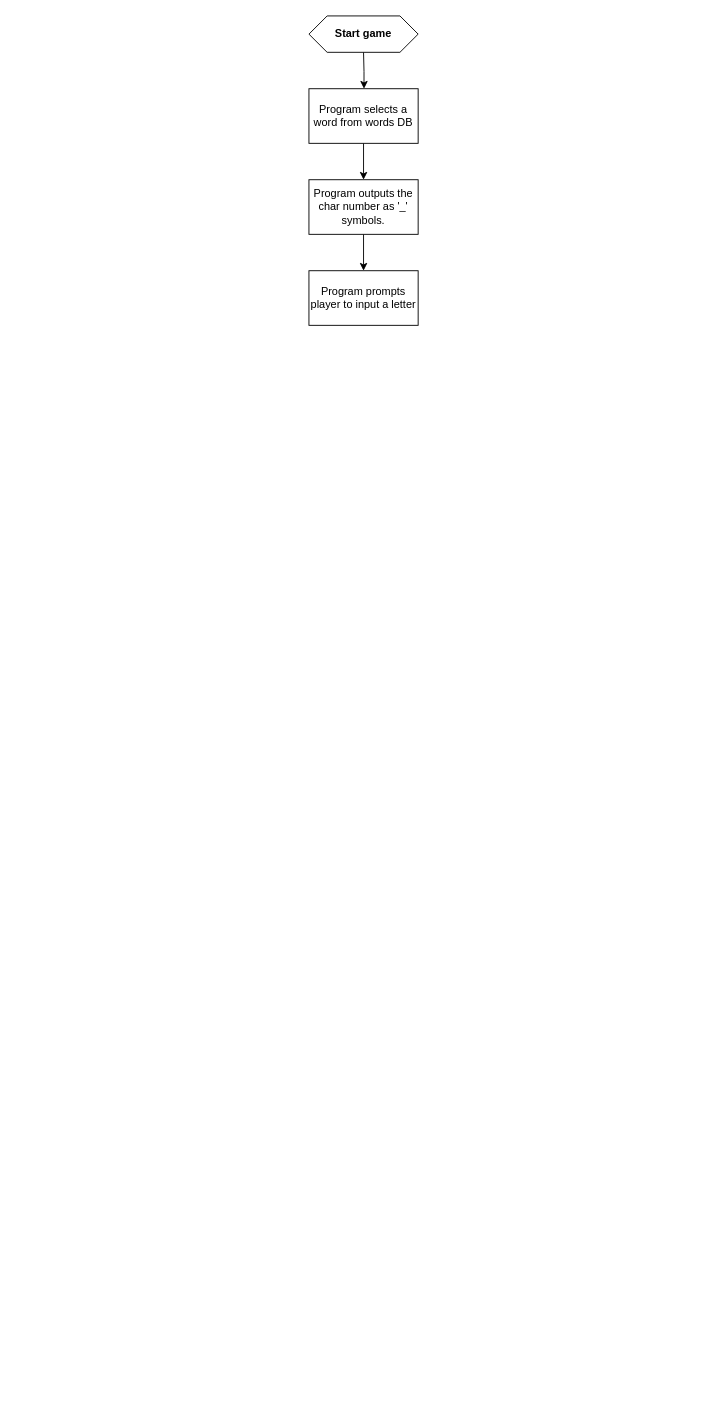
Earlier version of the draw.io diagram hangman.drawio (rob-21/python-exercises). Source tidied: cells renumbered, new cells numbered last; positions are measured from the earlier drawing's top-left corner, leaving out a move shared by most shapes. Both pictures are drawn from the tidied source at 91%, with x=0, y=0 at pixel (308, 15).
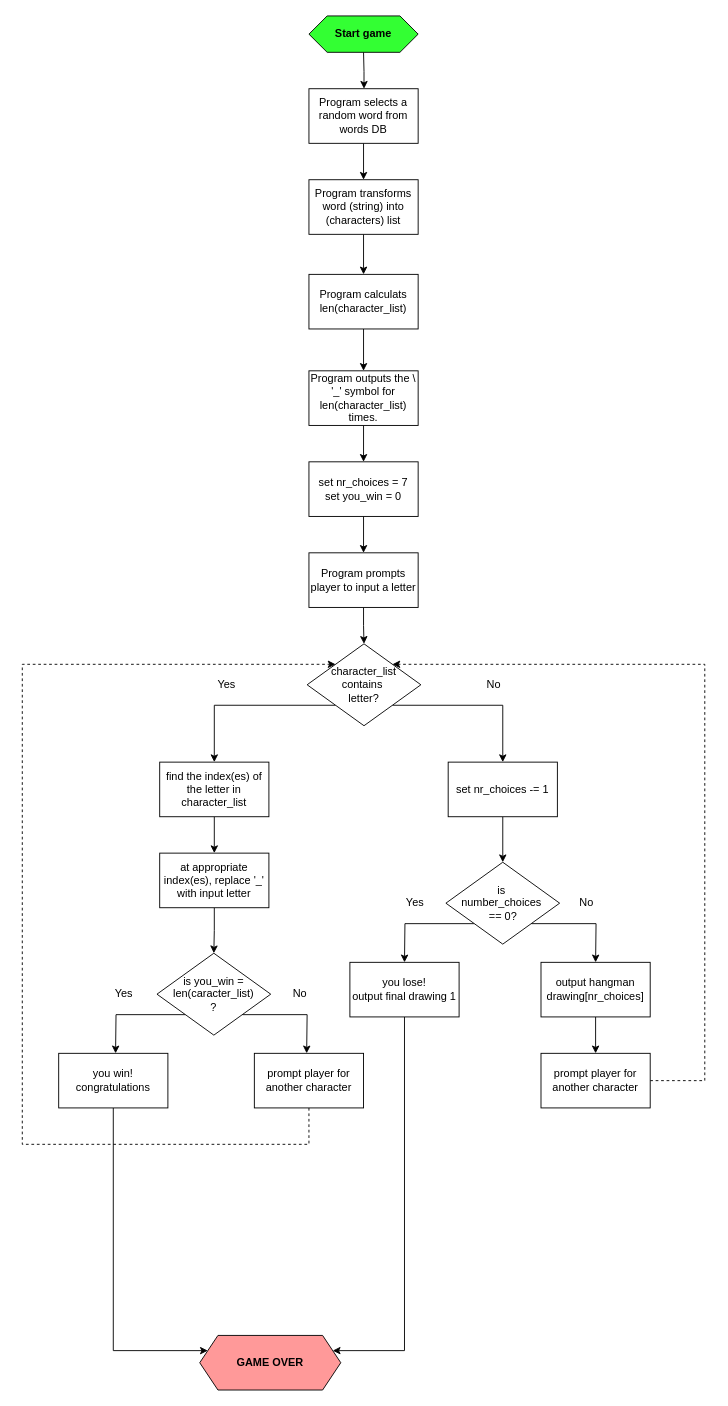
The same diagram, later.

Change to the diagram source:
```diff
@@
-    <mxCell id="3" value="&lt;b&gt;Start game&lt;br&gt;&lt;/b&gt;" style="shape=hexagon;perimeter=hexagonPerimeter2;whiteSpace=wrap;html=1;fixedSize=1;" parent="1" vertex="1">
+    <mxCell id="3" value="&lt;b&gt;Start game&lt;br&gt;&lt;/b&gt;" style="shape=hexagon;perimeter=hexagonPerimeter2;whiteSpace=wrap;html=1;fixedSize=1;fillColor=#33FF33;" parent="1" vertex="1">
       <mxGeometry width="120" height="40" as="geometry" />
     </mxCell>
-    <mxCell id="4" style="edgeStyle=orthogonalEdgeStyle;rounded=0;jettySize=auto;html=1;" parent="1" edge="1" source="5" target="7">
-      <mxGeometry relative="1" as="geometry" />
-    </mxCell>
+    <mxCell id="9" style="edgeStyle=orthogonalEdgeStyle;rounded=0;jettySize=auto;html=1;entryX=0.5;entryY=0;entryDx=0;entryDy=0;" parent="1" edge="1" source="5" target="20">
+      <mxGeometry relative="1" as="geometry" />
+    </mxCell>
-    <mxCell id="5" value="Program selects a word from words DB" style="rounded=0;whiteSpace=wrap;html=1;" parent="1" vertex="1">
+    <mxCell id="5" value="Program selects a random word from words DB" style="rounded=0;whiteSpace=wrap;html=1;" parent="1" vertex="1">
       <mxGeometry y="80" width="120" height="60" as="geometry" />
     </mxCell>
-    <mxCell id="6" style="edgeStyle=orthogonalEdgeStyle;rounded=0;jettySize=auto;html=1;" parent="1" edge="1" source="7" target="8">
-      <mxGeometry relative="1" as="geometry" />
-    </mxCell>
+    <mxCell id="10" style="edgeStyle=orthogonalEdgeStyle;rounded=0;jettySize=auto;html=1;entryX=0.5;entryY=0;entryDx=0;entryDy=0;" parent="1" edge="1" source="7" target="28">
+      <mxGeometry relative="1" as="geometry" />
+    </mxCell>
-    <mxCell id="7" value="&lt;div&gt;Program outputs the char number as '_' symbols.&lt;/div&gt;" style="rounded=0;whiteSpace=wrap;html=1;" parent="1" vertex="1">
-      <mxGeometry y="180" width="120" height="60" as="geometry" />
+    <mxCell id="7" value="&lt;div&gt;Program outputs the \ '_' symbol for len(character_list) times.&lt;/div&gt;" style="rounded=0;whiteSpace=wrap;html=1;" parent="1" vertex="1">
+      <mxGeometry y="390" width="120" height="60" as="geometry" />
     </mxCell>
+    <mxCell id="11" style="edgeStyle=orthogonalEdgeStyle;rounded=0;jettySize=auto;html=1;entryX=0.5;entryY=0;entryDx=0;entryDy=0;" parent="1" edge="1" source="8" target="14">
+      <mxGeometry relative="1" as="geometry" />
+    </mxCell>
     <mxCell id="8" value="&lt;div&gt;Program prompts player to input a letter&lt;br&gt;&lt;/div&gt;" style="rounded=0;whiteSpace=wrap;html=1;" parent="1" vertex="1">
-      <mxGeometry y="280" width="120" height="60" as="geometry" />
+      <mxGeometry y="590" width="120" height="60" as="geometry" />
     </mxCell>
+    <mxCell id="12" style="edgeStyle=orthogonalEdgeStyle;rounded=0;jettySize=auto;html=1;exitX=0;exitY=1;exitDx=0;exitDy=0;entryX=0.5;entryY=0;entryDx=0;entryDy=0;" parent="1" edge="1" source="14" target="18">
+      <mxGeometry relative="1" as="geometry" />
+    </mxCell>
+    <mxCell id="13" style="edgeStyle=orthogonalEdgeStyle;rounded=0;jettySize=auto;html=1;exitX=1;exitY=1;exitDx=0;exitDy=0;entryX=0.5;entryY=0;entryDx=0;entryDy=0;" parent="1" edge="1" source="14" target="26">
+      <mxGeometry relative="1" as="geometry" />
+    </mxCell>
+    <mxCell id="14" value="&lt;div&gt;character_list&lt;/div&gt;&lt;div&gt;contains&amp;nbsp;&lt;/div&gt;&lt;div&gt;letter?&lt;/div&gt;" style="rhombus;whiteSpace=wrap;html=1;" parent="1" vertex="1">
+      <mxGeometry x="-2" y="690" width="125" height="90" as="geometry" />
+    </mxCell>
+    <mxCell id="15" value="Yes" style="text;html=1;strokeColor=none;fillColor=none;align=left;verticalAlign=middle;whiteSpace=wrap;rounded=0;" parent="1" vertex="1">
+      <mxGeometry x="-102" y="720" width="60" height="30" as="geometry" />
+    </mxCell>
+    <mxCell id="16" value="No" style="text;html=1;strokeColor=none;fillColor=none;align=right;verticalAlign=middle;whiteSpace=wrap;rounded=0;" parent="1" vertex="1">
+      <mxGeometry x="153" y="720" width="60" height="30" as="geometry" />
+    </mxCell>
+    <mxCell id="17" style="edgeStyle=orthogonalEdgeStyle;rounded=0;jettySize=auto;html=1;" parent="1" edge="1" source="18" target="24">
+      <mxGeometry relative="1" as="geometry" />
+    </mxCell>
+    <mxCell id="18" value="find the index(es) of the letter in character_list" style="rounded=0;whiteSpace=wrap;html=1;" parent="1" vertex="1">
+      <mxGeometry x="-164" y="820" width="120" height="60" as="geometry" />
+    </mxCell>
+    <mxCell id="19" style="edgeStyle=orthogonalEdgeStyle;rounded=0;jettySize=auto;html=1;entryX=0.5;entryY=0;entryDx=0;entryDy=0;" parent="1" edge="1" source="20" target="22">
+      <mxGeometry relative="1" as="geometry" />
+    </mxCell>
+    <mxCell id="20" value="Program transforms word (string) into (characters) list" style="rounded=0;whiteSpace=wrap;html=1;" parent="1" vertex="1">
+      <mxGeometry y="180" width="120" height="60" as="geometry" />
+    </mxCell>
+    <mxCell id="21" style="edgeStyle=orthogonalEdgeStyle;rounded=0;jettySize=auto;html=1;entryX=0.5;entryY=0;entryDx=0;entryDy=0;" parent="1" edge="1" source="22" target="7">
+      <mxGeometry relative="1" as="geometry" />
+    </mxCell>
+    <mxCell id="22" value="Program calculats len(character_list)" style="rounded=0;whiteSpace=wrap;html=1;" parent="1" vertex="1">
+      <mxGeometry y="284" width="120" height="60" as="geometry" />
+    </mxCell>
+    <mxCell id="23" style="edgeStyle=orthogonalEdgeStyle;rounded=0;jettySize=auto;html=1;entryX=0.5;entryY=0;entryDx=0;entryDy=0;" parent="1" edge="1" source="24" target="33">
+      <mxGeometry relative="1" as="geometry" />
+    </mxCell>
+    <mxCell id="24" value="at appropriate index(es), replace '_' with input letter" style="rounded=0;whiteSpace=wrap;html=1;" parent="1" vertex="1">
+      <mxGeometry x="-164" y="920" width="120" height="60" as="geometry" />
+    </mxCell>
+    <mxCell id="25" style="edgeStyle=orthogonalEdgeStyle;rounded=0;jettySize=auto;html=1;entryX=0.5;entryY=0;entryDx=0;entryDy=0;" parent="1" edge="1" source="26" target="43">
+      <mxGeometry relative="1" as="geometry" />
+    </mxCell>
+    <mxCell id="26" value="&lt;div&gt;set nr_choices -= 1&lt;br&gt;&lt;/div&gt;" style="rounded=0;whiteSpace=wrap;html=1;" parent="1" vertex="1">
+      <mxGeometry x="153" y="820" width="120" height="60" as="geometry" />
+    </mxCell>
+    <mxCell id="27" style="edgeStyle=orthogonalEdgeStyle;rounded=0;jettySize=auto;html=1;entryX=0.5;entryY=0;entryDx=0;entryDy=0;" parent="1" edge="1" source="28" target="8">
+      <mxGeometry relative="1" as="geometry" />
+    </mxCell>
+    <mxCell id="28" value="&lt;div&gt;set nr_choices = 7&lt;/div&gt;&lt;div&gt;set you_win = 0&lt;br&gt;&lt;/div&gt;" style="rounded=0;whiteSpace=wrap;html=1;" parent="1" vertex="1">
+      <mxGeometry y="490" width="120" height="60" as="geometry" />
+    </mxCell>
+    <mxCell id="29" style="edgeStyle=orthogonalEdgeStyle;rounded=0;jettySize=auto;html=1;entryX=0.5;entryY=0;entryDx=0;entryDy=0;" parent="1" edge="1" source="30" target="39">
+      <mxGeometry relative="1" as="geometry" />
+    </mxCell>
+    <mxCell id="30" value="output hangman drawing[nr_choices]" style="rounded=0;whiteSpace=wrap;html=1;" parent="1" vertex="1">
+      <mxGeometry x="255" y="1040" width="120" height="60" as="geometry" />
+    </mxCell>
+    <mxCell id="31" style="edgeStyle=orthogonalEdgeStyle;rounded=0;jettySize=auto;html=1;exitX=1;exitY=1;exitDx=0;exitDy=0;" parent="1" edge="1" source="33">
+      <mxGeometry relative="1" as="geometry">
+        <mxPoint x="-2.5" y="1140" as="targetPoint" />
+      </mxGeometry>
+    </mxCell>
+    <mxCell id="32" style="edgeStyle=orthogonalEdgeStyle;rounded=0;jettySize=auto;html=1;exitX=0;exitY=1;exitDx=0;exitDy=0;" parent="1" edge="1" source="33">
+      <mxGeometry relative="1" as="geometry">
+        <mxPoint x="-212.5" y="1140" as="targetPoint" />
+      </mxGeometry>
+    </mxCell>
+    <mxCell id="33" value="&lt;div&gt;is you_win = len(caracter_list)&lt;/div&gt;&lt;div&gt;?&lt;br&gt;&lt;/div&gt;" style="rhombus;whiteSpace=wrap;html=1;" parent="1" vertex="1">
+      <mxGeometry x="-167" y="1030" width="125" height="90" as="geometry" />
+    </mxCell>
+    <mxCell id="34" value="Yes" style="text;html=1;strokeColor=none;fillColor=none;align=left;verticalAlign=middle;whiteSpace=wrap;rounded=0;" parent="1" vertex="1">
+      <mxGeometry x="-215" y="1060" width="60" height="30" as="geometry" />
+    </mxCell>
+    <mxCell id="35" value="No" style="text;html=1;strokeColor=none;fillColor=none;align=right;verticalAlign=middle;whiteSpace=wrap;rounded=0;" parent="1" vertex="1">
+      <mxGeometry x="-60" y="1060" width="60" height="30" as="geometry" />
+    </mxCell>
+    <mxCell id="36" style="edgeStyle=orthogonalEdgeStyle;rounded=0;jettySize=auto;html=1;entryX=0;entryY=0;entryDx=0;entryDy=0;dashed=1;" parent="1" edge="1" source="37" target="14">
+      <mxGeometry relative="1" as="geometry">
+        <Array as="points">
+          <mxPoint y="1240" />
+          <mxPoint x="-315" y="1240" />
+          <mxPoint x="-315" y="713" />
+        </Array>
+      </mxGeometry>
+    </mxCell>
+    <mxCell id="37" value="prompt player for another character" style="rounded=0;whiteSpace=wrap;html=1;" parent="1" vertex="1">
+      <mxGeometry x="-60" y="1140" width="120" height="60" as="geometry" />
+    </mxCell>
+    <mxCell id="38" style="edgeStyle=orthogonalEdgeStyle;rounded=0;jettySize=auto;html=1;entryX=1;entryY=0;entryDx=0;entryDy=0;dashed=1;" parent="1" edge="1" source="39" target="14">
+      <mxGeometry relative="1" as="geometry">
+        <Array as="points">
+          <mxPoint x="435" y="1170" />
+          <mxPoint x="435" y="713" />
+        </Array>
+      </mxGeometry>
+    </mxCell>
+    <mxCell id="39" value="prompt player for another character" style="rounded=0;whiteSpace=wrap;html=1;" parent="1" vertex="1">
+      <mxGeometry x="255" y="1140" width="120" height="60" as="geometry" />
+    </mxCell>
+    <mxCell id="40" style="group;" parent="1" vertex="1">
+      <mxGeometry x="105" y="930" width="210" height="110" as="geometry" />
+    </mxCell>
+    <mxCell id="41" style="edgeStyle=orthogonalEdgeStyle;rounded=0;jettySize=auto;html=1;exitX=1;exitY=1;exitDx=0;exitDy=0;" parent="40" edge="1" source="43">
+      <mxGeometry relative="1" as="geometry">
+        <mxPoint x="210" y="110" as="targetPoint" />
+      </mxGeometry>
+    </mxCell>
+    <mxCell id="42" style="edgeStyle=orthogonalEdgeStyle;rounded=0;jettySize=auto;html=1;exitX=0;exitY=1;exitDx=0;exitDy=0;" parent="40" edge="1" source="43">
+      <mxGeometry relative="1" as="geometry">
+        <mxPoint y="110" as="targetPoint" />
+      </mxGeometry>
+    </mxCell>
+    <mxCell id="43" value="&lt;div&gt;is&amp;nbsp;&lt;/div&gt;&lt;div&gt;number_choices&amp;nbsp;&lt;/div&gt;&lt;div&gt;== 0?&lt;/div&gt;" style="rhombus;whiteSpace=wrap;html=1;" parent="40" vertex="1">
+      <mxGeometry x="45.5" width="125" height="90" as="geometry" />
+    </mxCell>
+    <mxCell id="44" value="Yes" style="text;html=1;strokeColor=none;fillColor=none;align=left;verticalAlign=middle;whiteSpace=wrap;rounded=0;" parent="40" vertex="1">
+      <mxGeometry y="30" width="60" height="30" as="geometry" />
+    </mxCell>
+    <mxCell id="45" value="No" style="text;html=1;strokeColor=none;fillColor=none;align=right;verticalAlign=middle;whiteSpace=wrap;rounded=0;" parent="40" vertex="1">
+      <mxGeometry x="150" y="30" width="60" height="30" as="geometry" />
+    </mxCell>
+    <mxCell id="46" style="edgeStyle=orthogonalEdgeStyle;rounded=0;jettySize=auto;html=1;entryX=1;entryY=0.25;entryDx=0;entryDy=0;" parent="1" edge="1" source="47" target="50">
+      <mxGeometry relative="1" as="geometry">
+        <Array as="points">
+          <mxPoint x="105" y="1467" />
+        </Array>
+      </mxGeometry>
+    </mxCell>
+    <mxCell id="47" value="&lt;div&gt;you lose!&lt;br&gt;&lt;/div&gt;&lt;div&gt;output final drawing 1&lt;/div&gt;" style="rounded=0;whiteSpace=wrap;html=1;" parent="1" vertex="1">
+      <mxGeometry x="45" y="1040" width="120" height="60" as="geometry" />
+    </mxCell>
+    <mxCell id="48" style="edgeStyle=orthogonalEdgeStyle;rounded=0;jettySize=auto;html=1;entryX=0;entryY=0.25;entryDx=0;entryDy=0;" parent="1" edge="1" source="49" target="50">
+      <mxGeometry relative="1" as="geometry">
+        <Array as="points">
+          <mxPoint x="-215" y="1467" />
+        </Array>
+      </mxGeometry>
+    </mxCell>
+    <mxCell id="49" value="&lt;div&gt;you win!&lt;/div&gt;&lt;div&gt;congratulations&lt;br&gt;&lt;/div&gt;" style="rounded=0;whiteSpace=wrap;html=1;" parent="1" vertex="1">
+      <mxGeometry x="-275" y="1140" width="120" height="60" as="geometry" />
+    </mxCell>
+    <mxCell id="50" value="&lt;b&gt;GAME OVER&lt;br&gt;&lt;/b&gt;" style="shape=hexagon;perimeter=hexagonPerimeter2;whiteSpace=wrap;html=1;fixedSize=1;fillColor=#FF9999;" parent="1" vertex="1">
+      <mxGeometry x="-120" y="1450" width="155" height="60" as="geometry" />
+    </mxCell>
```
